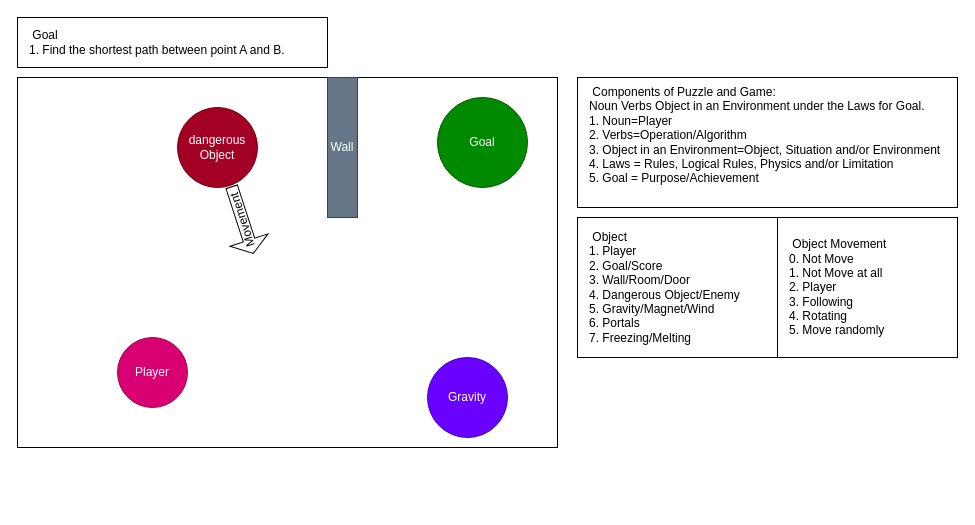
Above: DynamicPathFinding.drawio in NihilisticMotif/Draw10SoftwarePlanning (draw.io), before the change. Source tidied: cells renumbered, new cells numbered last; positions are measured from the earlier drawing's top-left corner, leaving out a move shared by most shapes. Both pictures are drawn from the tidied source at 100%, with x=0, y=0 at pixel (17, 17).
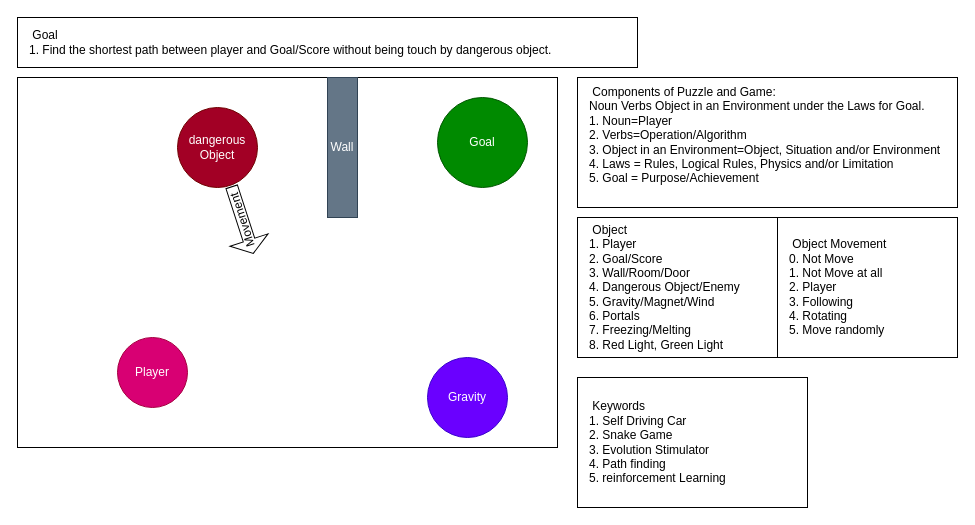
Above is the later version.

What changed in the source:
```diff
@@
 <mxGraphModel>
   <root>
     <mxCell id="0" />
     <mxCell id="1" parent="0" />
-    <mxCell id="2" value="&lt;span style=&quot;white-space: pre&quot;&gt; Goal&lt;br&gt;1. Find the shortest path between point A and B.&lt;br&gt;&lt;/span&gt;" style="rounded=0;whiteSpace=wrap;html=1;align=left;spacingLeft=10;" parent="1" vertex="1">
-      <mxGeometry width="310" height="50" as="geometry" />
+    <mxCell id="2" value="&lt;span style=&quot;white-space: pre&quot;&gt; Goal&lt;/span&gt;&lt;br&gt;&lt;span style=&quot;white-space: pre&quot;&gt;1. Find the shortest path between player and Goal/Score without being touch by dangerous object.&lt;/span&gt;" style="rounded=0;whiteSpace=wrap;html=1;align=left;spacingLeft=10;" parent="1" vertex="1">
+      <mxGeometry width="620" height="50" as="geometry" />
     </mxCell>
     <mxCell id="3" style="rounded=0;whiteSpace=wrap;html=1;align=left;spacingLeft=10;" parent="1" vertex="1">
       <mxGeometry y="60" width="540" height="370" as="geometry" />
     </mxCell>
     <mxCell id="4" value="Player" style="ellipse;whiteSpace=wrap;html=1;fillColor=#d80073;fontColor=#ffffff;strokeColor=#A50040;" parent="1" vertex="1">
       <mxGeometry x="100" y="320" width="70" height="70" as="geometry" />
     </mxCell>
     <mxCell id="5" value="Goal" style="ellipse;whiteSpace=wrap;html=1;fillColor=#008a00;fontColor=#ffffff;strokeColor=#005700;" parent="1" vertex="1">
       <mxGeometry x="420" y="80" width="90" height="90" as="geometry" />
     </mxCell>
     <mxCell id="6" value="dangerous Object" style="ellipse;whiteSpace=wrap;html=1;fillColor=#a20025;fontColor=#ffffff;strokeColor=#6F0000;" parent="1" vertex="1">
       <mxGeometry x="160" y="90" width="80" height="80" as="geometry" />
     </mxCell>
     <mxCell id="7" value="Movement" style="shape=singleArrow;direction=west;whiteSpace=wrap;html=1;rotation=-108;" parent="1" vertex="1">
       <mxGeometry x="190" y="182.6" width="70" height="40" as="geometry" />
     </mxCell>
     <mxCell id="8" value="Gravity" style="ellipse;whiteSpace=wrap;html=1;fillColor=#6a00ff;fontColor=#ffffff;strokeColor=#3700CC;" parent="1" vertex="1">
       <mxGeometry x="410" y="340" width="80" height="80" as="geometry" />
     </mxCell>
     <mxCell id="9" value="Wall" style="rounded=0;whiteSpace=wrap;html=1;fillColor=#647687;fontColor=#ffffff;strokeColor=#314354;" parent="1" vertex="1">
       <mxGeometry x="310" y="60" width="30" height="140" as="geometry" />
     </mxCell>
     <mxCell id="10" value="&lt;span style=&quot;white-space: pre&quot;&gt; Components of Puzzle and Game:&lt;br&gt;Noun Verbs Object in an Environment under the Laws for Goal.&lt;br&gt;1. Noun=Player&lt;br&gt;2. Verbs=Operation/Algorithm&lt;br&gt;3. Object in an Environment=Object, Situation and/or Environment&lt;br&gt;4. Laws = Rules, Logical Rules, Physics and/or Limitation&lt;br&gt;5. Goal = Purpose/Achievement&lt;br&gt;&lt;br&gt;&lt;/span&gt;" style="rounded=0;whiteSpace=wrap;html=1;align=left;spacingLeft=10;" parent="1" vertex="1">
       <mxGeometry x="560" y="60" width="380" height="130" as="geometry" />
     </mxCell>
-    <mxCell id="11" value="&lt;span style=&quot;white-space: pre&quot;&gt; &lt;/span&gt;Object&lt;br&gt;1. Player&lt;br&gt;2. Goal/Score&lt;br&gt;3. Wall/Room/Door&lt;br&gt;4. Dangerous Object/Enemy&lt;br&gt;5. Gravity/Magnet/Wind&lt;br&gt;6. Portals&lt;br&gt;7. Freezing/Melting" style="rounded=0;whiteSpace=wrap;html=1;align=left;spacingLeft=10;" parent="1" vertex="1">
+    <mxCell id="11" value="&lt;span style=&quot;white-space: pre&quot;&gt; &lt;/span&gt;Object&lt;br&gt;1. Player&lt;br&gt;2. Goal/Score&lt;br&gt;3. Wall/Room/Door&lt;br&gt;4. Dangerous Object/Enemy&lt;br&gt;5. Gravity/Magnet/Wind&lt;br&gt;6. Portals&lt;br&gt;7. Freezing/Melting&lt;br&gt;8. Red Light, Green Light" style="rounded=0;whiteSpace=wrap;html=1;align=left;spacingLeft=10;" parent="1" vertex="1">
       <mxGeometry x="560" y="200" width="200" height="140" as="geometry" />
     </mxCell>
     <mxCell id="12" value="&lt;span style=&quot;white-space: pre&quot;&gt; Object Movement&lt;br&gt;0. Not Move&lt;br&gt;1. Not Move at all&lt;br&gt;2. Player&lt;br&gt;3. Following&lt;br&gt;4. Rotating&lt;br&gt;5. Move randomly&lt;br&gt;&lt;/span&gt;" style="rounded=0;whiteSpace=wrap;html=1;align=left;spacingLeft=10;" parent="1" vertex="1">
       <mxGeometry x="760" y="200" width="180" height="140" as="geometry" />
     </mxCell>
+    <mxCell id="13" value="&lt;span style=&quot;white-space: pre&quot;&gt; Keywords&lt;br&gt;1. Self Driving Car&lt;br&gt;2. Snake Game&lt;br&gt;3. Evolution Stimulator&lt;br&gt;4. Path finding&lt;br/&gt;5. reinforcement Learning&lt;br&gt;&lt;/span&gt;" style="rounded=0;whiteSpace=wrap;html=1;align=left;spacingLeft=10;" parent="1" vertex="1">
+      <mxGeometry x="560" y="360" width="230" height="130" as="geometry" />
+    </mxCell>
   </root>
 </mxGraphModel>
```
